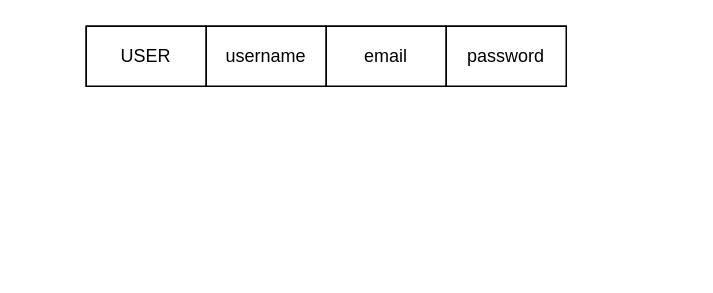
The draw.io diagram RELATIONAL_SCHEMA.drawio in zorojuro75/CSE303-sec-03-Group-03, before the edit. Source tidied: cells renumbered, new cells numbered last; positions are measured from the earlier drawing's top-left corner, leaving out a move shared by most shapes. Both pictures are drawn from the tidied source at 150%, with x=0, y=0 at pixel (86, 26).
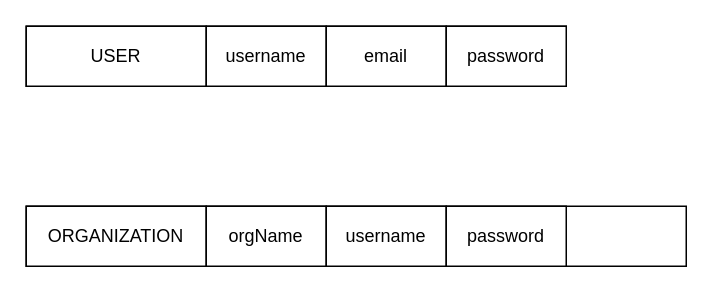
The same page after the edit.

What changed in the source:
```diff
@@
 <mxGraphModel>
   <root>
     <mxCell id="0" />
     <mxCell id="1" parent="0" />
     <mxCell id="2" style="rounded=0;whiteSpace=wrap;html=1;" parent="1" vertex="1">
-      <mxGeometry width="320" height="40" as="geometry" />
+      <mxGeometry x="-40" width="360" height="40" as="geometry" />
     </mxCell>
     <mxCell id="3" value="USER" style="rounded=0;whiteSpace=wrap;html=1;" parent="1" vertex="1">
-      <mxGeometry width="80" height="40" as="geometry" />
+      <mxGeometry x="-40" width="120" height="40" as="geometry" />
     </mxCell>
     <mxCell id="4" value="username" style="rounded=0;whiteSpace=wrap;html=1;" parent="1" vertex="1">
       <mxGeometry x="80" width="80" height="40" as="geometry" />
     </mxCell>
     <mxCell id="5" value="email" style="rounded=0;whiteSpace=wrap;html=1;" parent="1" vertex="1">
       <mxGeometry x="160" width="80" height="40" as="geometry" />
     </mxCell>
     <mxCell id="6" value="password" style="rounded=0;whiteSpace=wrap;html=1;" parent="1" vertex="1">
       <mxGeometry x="240" width="80" height="40" as="geometry" />
     </mxCell>
+    <mxCell id="7" style="rounded=0;whiteSpace=wrap;html=1;" parent="1" vertex="1">
+      <mxGeometry x="-40" y="120" width="440" height="40" as="geometry" />
+    </mxCell>
+    <mxCell id="8" value="ORGANIZATION" style="rounded=0;whiteSpace=wrap;html=1;" parent="1" vertex="1">
+      <mxGeometry x="-40" y="120" width="120" height="40" as="geometry" />
+    </mxCell>
+    <mxCell id="9" value="orgName" style="rounded=0;whiteSpace=wrap;html=1;" parent="1" vertex="1">
+      <mxGeometry x="80" y="120" width="80" height="40" as="geometry" />
+    </mxCell>
+    <mxCell id="10" value="username" style="rounded=0;whiteSpace=wrap;html=1;" parent="1" vertex="1">
+      <mxGeometry x="160" y="120" width="80" height="40" as="geometry" />
+    </mxCell>
+    <mxCell id="11" value="password" style="rounded=0;whiteSpace=wrap;html=1;" parent="1" vertex="1">
+      <mxGeometry x="240" y="120" width="80" height="40" as="geometry" />
+    </mxCell>
   </root>
 </mxGraphModel>
```
